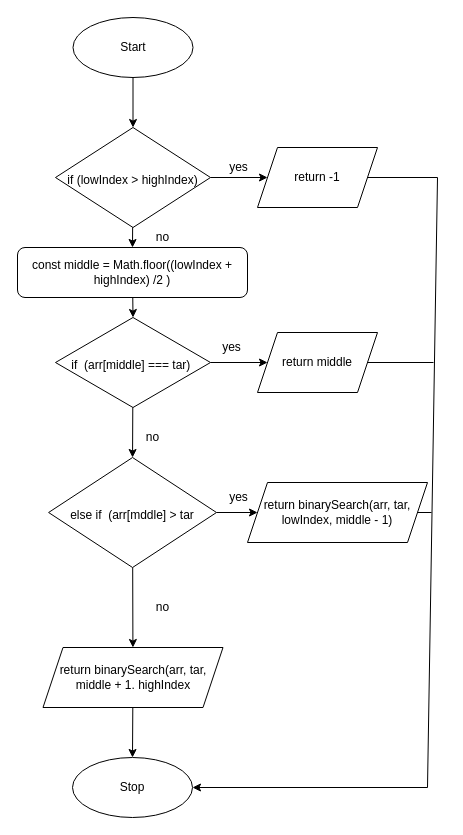
Above: flowchart.drawio in Troy-Appleby/Unit3-03 (draw.io), before the change. Source tidied: cells renumbered, new cells numbered last; positions are measured from the earlier drawing's top-left corner, leaving out a move shared by most shapes. Both pictures are drawn from the tidied source at 100%, with x=0, y=0 at pixel (17, 17).
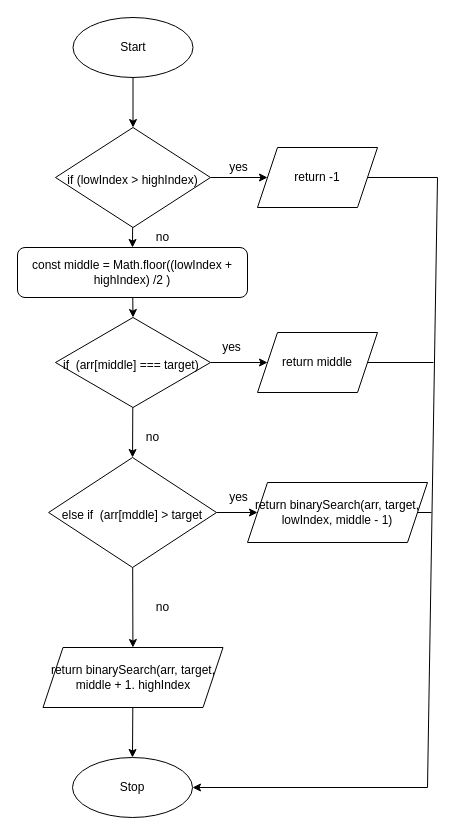
After the change.

What changed in the source:
```diff
@@
-    <mxCell id="12" value="&lt;font style=&quot;font-size: 12px&quot;&gt;if&amp;nbsp; (arr[middle] === tar)&amp;nbsp;&lt;/font&gt;" style="rhombus;whiteSpace=wrap;html=1;fontSize=22;" parent="1" vertex="1">
+    <mxCell id="12" value="&lt;font style=&quot;font-size: 12px&quot;&gt;if&amp;nbsp; (arr[middle] === target)&amp;nbsp;&lt;/font&gt;" style="rhombus;whiteSpace=wrap;html=1;fontSize=22;" parent="1" vertex="1">
       <mxGeometry x="38" y="300" width="155" height="90" as="geometry" />
     </mxCell>
@@
-    <mxCell id="15" value="&lt;font style=&quot;font-size: 12px&quot;&gt;else if&amp;nbsp; (arr[mddle] &amp;gt; tar&lt;/font&gt;" style="rhombus;whiteSpace=wrap;html=1;fontSize=22;" parent="1" vertex="1">
+    <mxCell id="15" value="&lt;font style=&quot;font-size: 12px&quot;&gt;else if&amp;nbsp; (arr[mddle] &amp;gt; target&lt;/font&gt;" style="rhombus;whiteSpace=wrap;html=1;fontSize=22;" parent="1" vertex="1">
       <mxGeometry x="31.1" y="440" width="167.9" height="110" as="geometry" />
     </mxCell>
@@
-    <mxCell id="27" value="return binarySearch(arr, tar, lowIndex, middle - 1)" style="shape=parallelogram;perimeter=parallelogramPerimeter;whiteSpace=wrap;html=1;fixedSize=1;" parent="1" vertex="1">
+    <mxCell id="27" value="return binarySearch(arr, target, lowIndex, middle - 1)" style="shape=parallelogram;perimeter=parallelogramPerimeter;whiteSpace=wrap;html=1;fixedSize=1;" parent="1" vertex="1">
       <mxGeometry x="230" y="465" width="180" height="60" as="geometry" />
     </mxCell>
@@
-    <mxCell id="29" value="return binarySearch(arr, tar, middle + 1. highIndex" style="shape=parallelogram;perimeter=parallelogramPerimeter;whiteSpace=wrap;html=1;fixedSize=1;" parent="1" vertex="1">
+    <mxCell id="29" value="return binarySearch(arr, target, middle + 1. highIndex" style="shape=parallelogram;perimeter=parallelogramPerimeter;whiteSpace=wrap;html=1;fixedSize=1;" parent="1" vertex="1">
       <mxGeometry x="25.5" y="630" width="180" height="60" as="geometry" />
     </mxCell>
```
